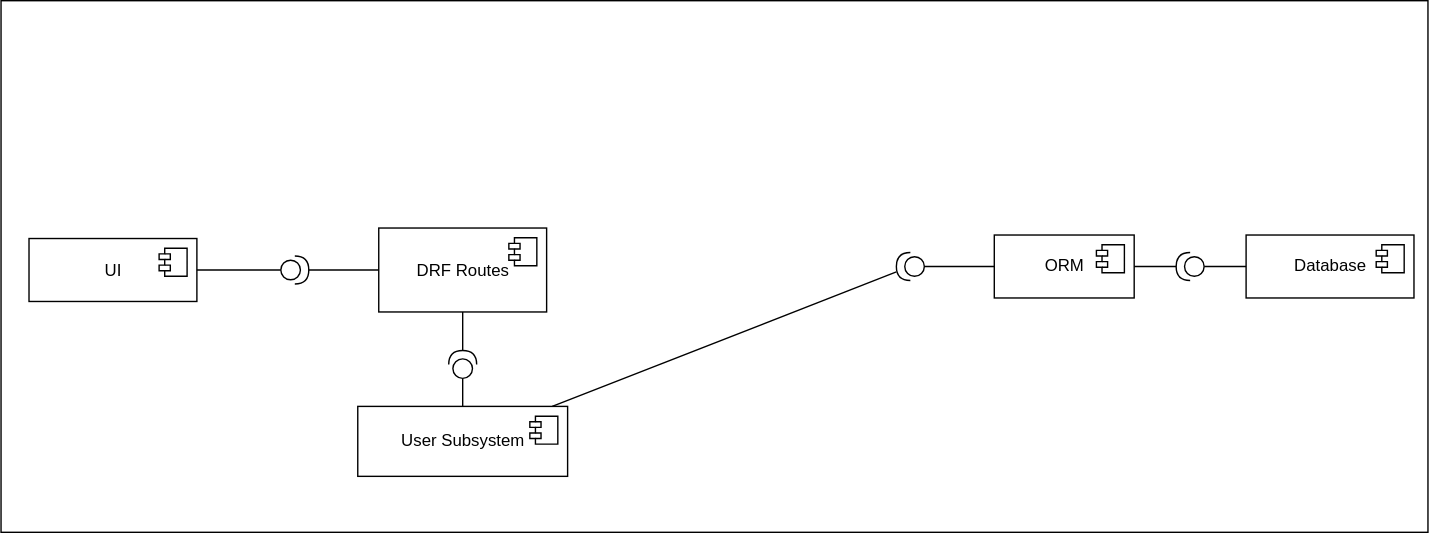
The draw.io diagram dev-docs/plan/design/subsystems/decomposition.drawio.svg in Natan-Asrat/ventingapp, before a commit. Source tidied: cells renumbered, new cells last; positions are measured from the earlier drawing's top-left corner, leaving out a move shared by most shapes. Its diagram source:
```xml
<mxGraphModel>
  <root>
    <mxCell id="0" />
    <mxCell id="1" parent="0" />
    <mxCell id="2" style="rounded=0;whiteSpace=wrap;html=1;" parent="1" vertex="1">
      <mxGeometry width="1020" height="380" as="geometry" />
    </mxCell>
    <mxCell id="3" value="User Subsystem" style="html=1;" parent="1" vertex="1">
      <mxGeometry x="255" y="290" width="150" height="50" as="geometry" />
    </mxCell>
    <mxCell id="4" style="shape=module;jettyWidth=8;jettyHeight=4;" parent="3" vertex="1">
      <mxGeometry x="1" width="20" height="20" relative="1" as="geometry">
        <mxPoint x="-27" y="7" as="offset" />
      </mxGeometry>
    </mxCell>
    <mxCell id="5" value="UI" style="html=1;" parent="1" vertex="1">
      <mxGeometry x="20" y="170" width="120" height="45" as="geometry" />
    </mxCell>
    <mxCell id="6" style="shape=module;jettyWidth=8;jettyHeight=4;" parent="5" vertex="1">
      <mxGeometry x="1" width="20" height="20" relative="1" as="geometry">
        <mxPoint x="-27" y="7" as="offset" />
      </mxGeometry>
    </mxCell>
    <mxCell id="7" style="edgeStyle=none;html=1;entryX=1;entryY=0.5;entryDx=0;entryDy=0;entryPerimeter=0;endArrow=none;endFill=0;" parent="1" edge="1" source="8" target="14">
      <mxGeometry relative="1" as="geometry" />
    </mxCell>
    <mxCell id="8" value="DRF Routes" style="html=1;" parent="1" vertex="1">
      <mxGeometry x="270" y="162.5" width="120" height="60" as="geometry" />
    </mxCell>
    <mxCell id="9" style="shape=module;jettyWidth=8;jettyHeight=4;" parent="8" vertex="1">
      <mxGeometry x="1" width="20" height="20" relative="1" as="geometry">
        <mxPoint x="-27" y="7" as="offset" />
      </mxGeometry>
    </mxCell>
    <mxCell id="10" style="edgeStyle=none;html=1;entryX=1;entryY=0.5;entryDx=0;entryDy=0;endArrow=none;endFill=0;" parent="1" edge="1" source="12" target="5">
      <mxGeometry relative="1" as="geometry" />
    </mxCell>
    <mxCell id="11" style="edgeStyle=none;html=1;endArrow=none;endFill=0;" parent="1" edge="1" source="12" target="8">
      <mxGeometry relative="1" as="geometry" />
    </mxCell>
    <mxCell id="12" style="shape=providedRequiredInterface;html=1;verticalLabelPosition=bottom;sketch=0;" parent="1" vertex="1">
      <mxGeometry x="200" y="182.5" width="20" height="20" as="geometry" />
    </mxCell>
    <mxCell id="13" style="edgeStyle=none;html=1;endArrow=none;endFill=0;" parent="1" edge="1" source="14" target="3">
      <mxGeometry relative="1" as="geometry" />
    </mxCell>
    <mxCell id="14" style="shape=providedRequiredInterface;html=1;verticalLabelPosition=bottom;sketch=0;rotation=-90;" parent="1" vertex="1">
      <mxGeometry x="320" y="250" width="20" height="20" as="geometry" />
    </mxCell>
    <mxCell id="15" value="ORM" style="html=1;" parent="1" vertex="1">
      <mxGeometry x="710" y="167.5" width="100" height="45" as="geometry" />
    </mxCell>
    <mxCell id="16" style="shape=module;jettyWidth=8;jettyHeight=4;" parent="15" vertex="1">
      <mxGeometry x="1" width="20" height="20" relative="1" as="geometry">
        <mxPoint x="-27" y="7" as="offset" />
      </mxGeometry>
    </mxCell>
    <mxCell id="17" value="Database" style="html=1;" parent="1" vertex="1">
      <mxGeometry x="890" y="167.5" width="120" height="45" as="geometry" />
    </mxCell>
    <mxCell id="18" style="shape=module;jettyWidth=8;jettyHeight=4;" parent="17" vertex="1">
      <mxGeometry x="1" width="20" height="20" relative="1" as="geometry">
        <mxPoint x="-27" y="7" as="offset" />
      </mxGeometry>
    </mxCell>
    <mxCell id="19" style="edgeStyle=none;html=1;endArrow=none;endFill=0;" parent="1" edge="1" source="21" target="17">
      <mxGeometry relative="1" as="geometry" />
    </mxCell>
    <mxCell id="20" style="edgeStyle=none;html=1;endArrow=none;endFill=0;" parent="1" edge="1" source="21" target="15">
      <mxGeometry relative="1" as="geometry" />
    </mxCell>
    <mxCell id="21" style="shape=providedRequiredInterface;html=1;verticalLabelPosition=bottom;sketch=0;rotation=-180;" parent="1" vertex="1">
      <mxGeometry x="840" y="180" width="20" height="20" as="geometry" />
    </mxCell>
    <mxCell id="22" style="edgeStyle=none;html=1;endArrow=none;endFill=0;" parent="1" edge="1" source="24" target="15">
      <mxGeometry relative="1" as="geometry" />
    </mxCell>
    <mxCell id="23" style="edgeStyle=none;html=1;endArrow=none;endFill=0;" parent="1" edge="1" source="24" target="3">
      <mxGeometry relative="1" as="geometry" />
    </mxCell>
    <mxCell id="24" style="shape=providedRequiredInterface;html=1;verticalLabelPosition=bottom;sketch=0;rotation=-180;" parent="1" vertex="1">
      <mxGeometry x="640" y="180" width="20" height="20" as="geometry" />
    </mxCell>
  </root>
</mxGraphModel>
```
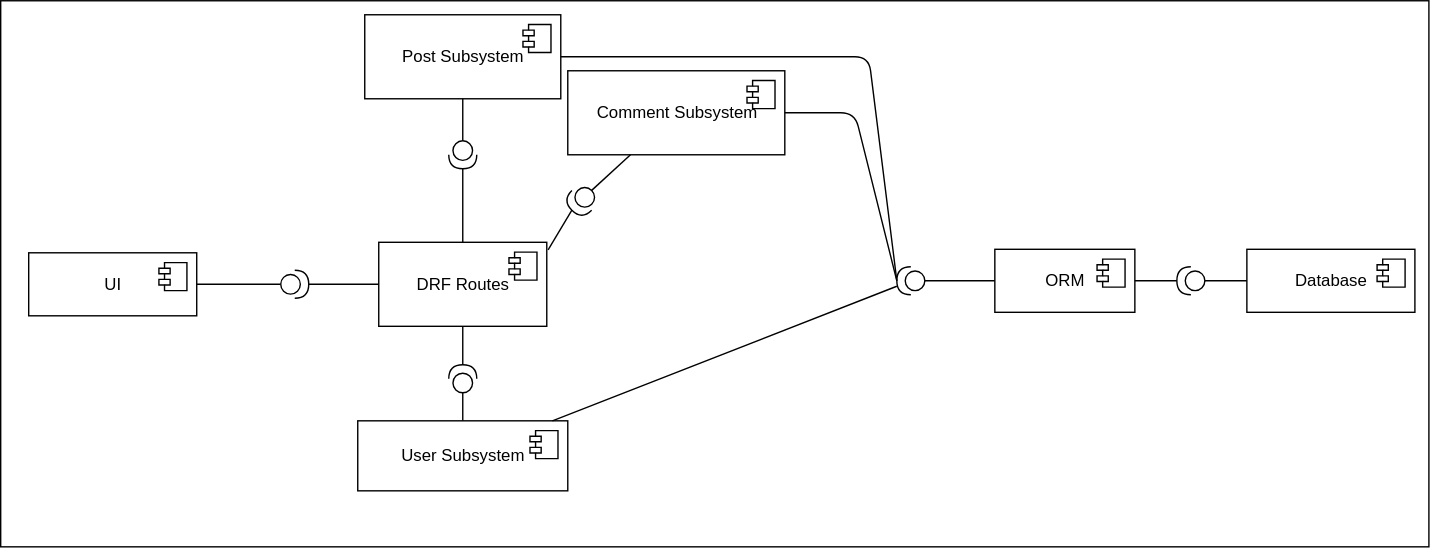
The same diagram one commit later.

Commit message:
plan for post and comment subsystems

Diff of the diagram source:
```diff
@@ -3,7 +3,7 @@
     <mxCell id="0" />
     <mxCell id="1" parent="0" />
     <mxCell id="2" style="rounded=0;whiteSpace=wrap;html=1;" parent="1" vertex="1">
-      <mxGeometry width="1020" height="380" as="geometry" />
+      <mxGeometry y="-10" width="1020" height="390" as="geometry" />
     </mxCell>
     <mxCell id="3" value="User Subsystem" style="html=1;" parent="1" vertex="1">
       <mxGeometry x="255" y="290" width="150" height="50" as="geometry" />
@@ -81,5 +81,53 @@
     <mxCell id="24" style="shape=providedRequiredInterface;html=1;verticalLabelPosition=bottom;sketch=0;rotation=-180;" parent="1" vertex="1">
       <mxGeometry x="640" y="180" width="20" height="20" as="geometry" />
     </mxCell>
+    <mxCell id="25" style="shape=providedRequiredInterface;html=1;verticalLabelPosition=bottom;sketch=0;rotation=90;" parent="1" vertex="1">
+      <mxGeometry x="320" y="90" width="20" height="20" as="geometry" />
+    </mxCell>
+    <mxCell id="26" style="endArrow=none;html=1;entryX=1;entryY=0.5;entryDx=0;entryDy=0;entryPerimeter=0;" parent="1" edge="1" source="8" target="25">
+      <mxGeometry relative="1" as="geometry" />
+    </mxCell>
+    <mxCell id="27" value="Post Subsystem" style="html=1;" parent="1" vertex="1">
+      <mxGeometry x="260" width="140" height="60" as="geometry" />
+    </mxCell>
+    <mxCell id="28" style="shape=module;jettyWidth=8;jettyHeight=4;" parent="27" vertex="1">
+      <mxGeometry x="1" width="20" height="20" relative="1" as="geometry">
+        <mxPoint x="-27" y="7" as="offset" />
+      </mxGeometry>
+    </mxCell>
+    <mxCell id="29" style="endArrow=none;html=1;exitX=0;exitY=0.5;exitDx=0;exitDy=0;exitPerimeter=0;entryX=0.5;entryY=1;entryDx=0;entryDy=0;" parent="1" edge="1" source="25" target="27">
+      <mxGeometry relative="1" as="geometry" />
+    </mxCell>
+    <mxCell id="30" style="endArrow=none;html=1;entryX=1;entryY=0.5;entryDx=0;entryDy=0;entryPerimeter=0;" parent="1" edge="1" source="27" target="24">
+      <mxGeometry relative="1" as="geometry">
+        <Array as="points">
+          <mxPoint x="620" y="30" />
+        </Array>
+      </mxGeometry>
+    </mxCell>
+    <mxCell id="31" value="Comment Subsystem" style="html=1;" parent="1" vertex="1">
+      <mxGeometry x="405" y="40" width="155" height="60" as="geometry" />
+    </mxCell>
+    <mxCell id="32" style="shape=module;jettyWidth=8;jettyHeight=4;" parent="31" vertex="1">
+      <mxGeometry x="1" width="20" height="20" relative="1" as="geometry">
+        <mxPoint x="-27" y="7" as="offset" />
+      </mxGeometry>
+    </mxCell>
+    <mxCell id="33" style="shape=providedRequiredInterface;html=1;verticalLabelPosition=bottom;sketch=0;rotation=135;" parent="1" vertex="1">
+      <mxGeometry x="405" y="122.5" width="20" height="20" as="geometry" />
+    </mxCell>
+    <mxCell id="34" style="endArrow=none;html=1;exitX=0;exitY=0.5;exitDx=0;exitDy=0;exitPerimeter=0;" parent="1" edge="1" source="33" target="31">
+      <mxGeometry relative="1" as="geometry" />
+    </mxCell>
+    <mxCell id="35" style="endArrow=none;html=1;entryX=1.008;entryY=0.089;entryDx=0;entryDy=0;entryPerimeter=0;exitX=1;exitY=0.5;exitDx=0;exitDy=0;exitPerimeter=0;" parent="1" edge="1" source="33" target="8">
+      <mxGeometry relative="1" as="geometry" />
+    </mxCell>
+    <mxCell id="36" style="endArrow=none;html=1;exitX=1;exitY=0.5;exitDx=0;exitDy=0;exitPerimeter=0;" parent="1" edge="1" source="24" target="31">
+      <mxGeometry relative="1" as="geometry">
+        <Array as="points">
+          <mxPoint x="610" y="70" />
+        </Array>
+      </mxGeometry>
+    </mxCell>
   </root>
 </mxGraphModel>
```
